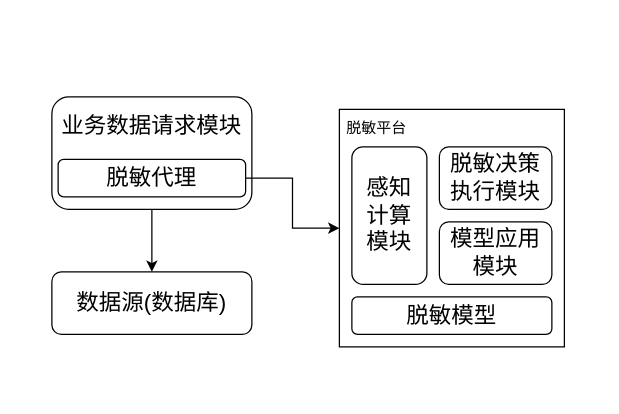
Colin007/diagrams keeps this draw.io diagram as page "第 2 页" (2 of 2) of 脱敏.drawio. Above is the earlier version. Source tidied: cells renumbered, new cells numbered last; positions are measured from the earlier drawing's top-left corner, leaving out a move shared by most shapes. Both pictures are drawn from the tidied source at 125%, with x=0, y=0 at pixel (51, 96).
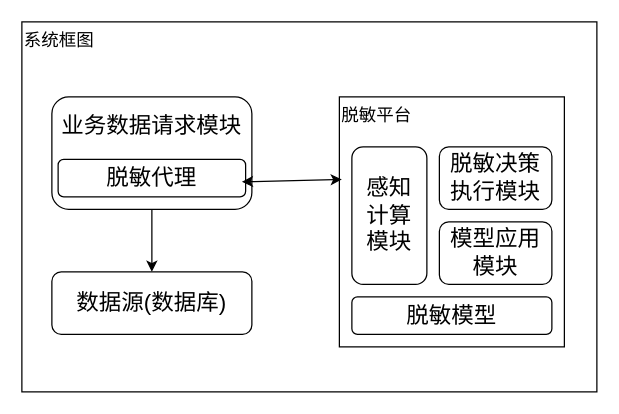
After the change.

What changed in the source:
```diff
@@
 <mxGraphModel>
   <root>
     <mxCell id="0" />
     <mxCell id="1" parent="0" />
+    <mxCell id="13" style="rounded=0;whiteSpace=wrap;html=1;" parent="1" vertex="1">
+      <mxGeometry x="-24" y="-60" width="460" height="296" as="geometry" />
+    </mxCell>
     <mxCell id="2" style="edgeStyle=orthogonalEdgeStyle;rounded=0;jettySize=auto;html=1;" parent="1" edge="1" source="3" target="12">
       <mxGeometry relative="1" as="geometry" />
     </mxCell>
     <mxCell id="3" value="&lt;font style=&quot;font-size: 18px;&quot;&gt;业务数据请求模块&lt;br&gt;&lt;br&gt;&lt;br&gt;&lt;/font&gt;" style="rounded=1;whiteSpace=wrap;html=1;" parent="1" vertex="1">
       <mxGeometry width="160" height="90" as="geometry" />
     </mxCell>
-    <mxCell id="4" style="edgeStyle=orthogonalEdgeStyle;rounded=0;jettySize=auto;html=1;exitX=1;exitY=0.5;exitDx=0;exitDy=0;entryX=0;entryY=0.5;entryDx=0;entryDy=0;" parent="1" edge="1" source="5" target="6">
-      <mxGeometry relative="1" as="geometry" />
-    </mxCell>
     <mxCell id="5" value="&lt;font style=&quot;font-size: 18px;&quot;&gt;脱敏代理&lt;/font&gt;" style="rounded=1;whiteSpace=wrap;html=1;" parent="1" vertex="1">
       <mxGeometry x="5" y="50" width="150" height="30" as="geometry" />
     </mxCell>
     <mxCell id="6" style="rounded=0;whiteSpace=wrap;html=1;" parent="1" vertex="1">
-      <mxGeometry x="230" y="10" width="180" height="190" as="geometry" />
+      <mxGeometry x="230" width="180" height="200" as="geometry" />
     </mxCell>
     <mxCell id="7" value="&lt;font style=&quot;font-size: 18px;&quot;&gt;脱敏模型&lt;/font&gt;" style="rounded=1;whiteSpace=wrap;html=1;" parent="1" vertex="1">
       <mxGeometry x="240" y="160" width="160" height="30" as="geometry" />
     </mxCell>
-    <mxCell id="8" value="脱敏平台" style="text;html=1;strokeColor=none;fillColor=none;align=center;verticalAlign=middle;whiteSpace=wrap;rounded=0;" parent="1" vertex="1">
-      <mxGeometry x="230" y="10" width="60" height="30" as="geometry" />
+    <mxCell id="8" value="&lt;font style=&quot;font-size: 14px;&quot;&gt;脱敏平台&lt;/font&gt;" style="text;html=1;strokeColor=none;fillColor=none;align=center;verticalAlign=middle;whiteSpace=wrap;rounded=0;" parent="1" vertex="1">
+      <mxGeometry x="230" width="60" height="30" as="geometry" />
     </mxCell>
     <mxCell id="9" value="&lt;font style=&quot;font-size: 18px;&quot;&gt;感知&lt;br&gt;计算&lt;br&gt;模块&lt;/font&gt;" style="rounded=1;whiteSpace=wrap;html=1;" parent="1" vertex="1">
       <mxGeometry x="240" y="40" width="60" height="110" as="geometry" />
     </mxCell>
     <mxCell id="10" value="&lt;font style=&quot;font-size: 18px;&quot;&gt;脱敏决策执行模块&lt;/font&gt;" style="rounded=1;whiteSpace=wrap;html=1;" parent="1" vertex="1">
       <mxGeometry x="310" y="40" width="90" height="50" as="geometry" />
     </mxCell>
     <mxCell id="11" value="&lt;font style=&quot;font-size: 18px;&quot;&gt;模型应用模块&lt;/font&gt;" style="rounded=1;whiteSpace=wrap;html=1;" parent="1" vertex="1">
       <mxGeometry x="310" y="100" width="90" height="50" as="geometry" />
     </mxCell>
     <mxCell id="12" value="&lt;font style=&quot;font-size: 18px;&quot;&gt;数据源(数据库)&lt;/font&gt;" style="rounded=1;whiteSpace=wrap;html=1;" parent="1" vertex="1">
       <mxGeometry y="140" width="160" height="50" as="geometry" />
     </mxCell>
+    <mxCell id="14" value="&lt;font style=&quot;font-size: 14px;&quot;&gt;系统框图&lt;/font&gt;" style="text;html=1;strokeColor=none;fillColor=none;align=center;verticalAlign=middle;whiteSpace=wrap;rounded=0;" parent="1" vertex="1">
+      <mxGeometry x="-24" y="-60" width="60" height="30" as="geometry" />
+    </mxCell>
+    <mxCell id="15" style="endArrow=classic;startArrow=classic;html=1;rounded=0;startFill=1;endFill=1;entryX=0.011;entryY=0.33;entryDx=0;entryDy=0;entryPerimeter=0;" parent="1" edge="1" target="6">
+      <mxGeometry relative="1" as="geometry">
+        <mxPoint x="152" y="68" as="sourcePoint" />
+      </mxGeometry>
+    </mxCell>
   </root>
 </mxGraphModel>
```
